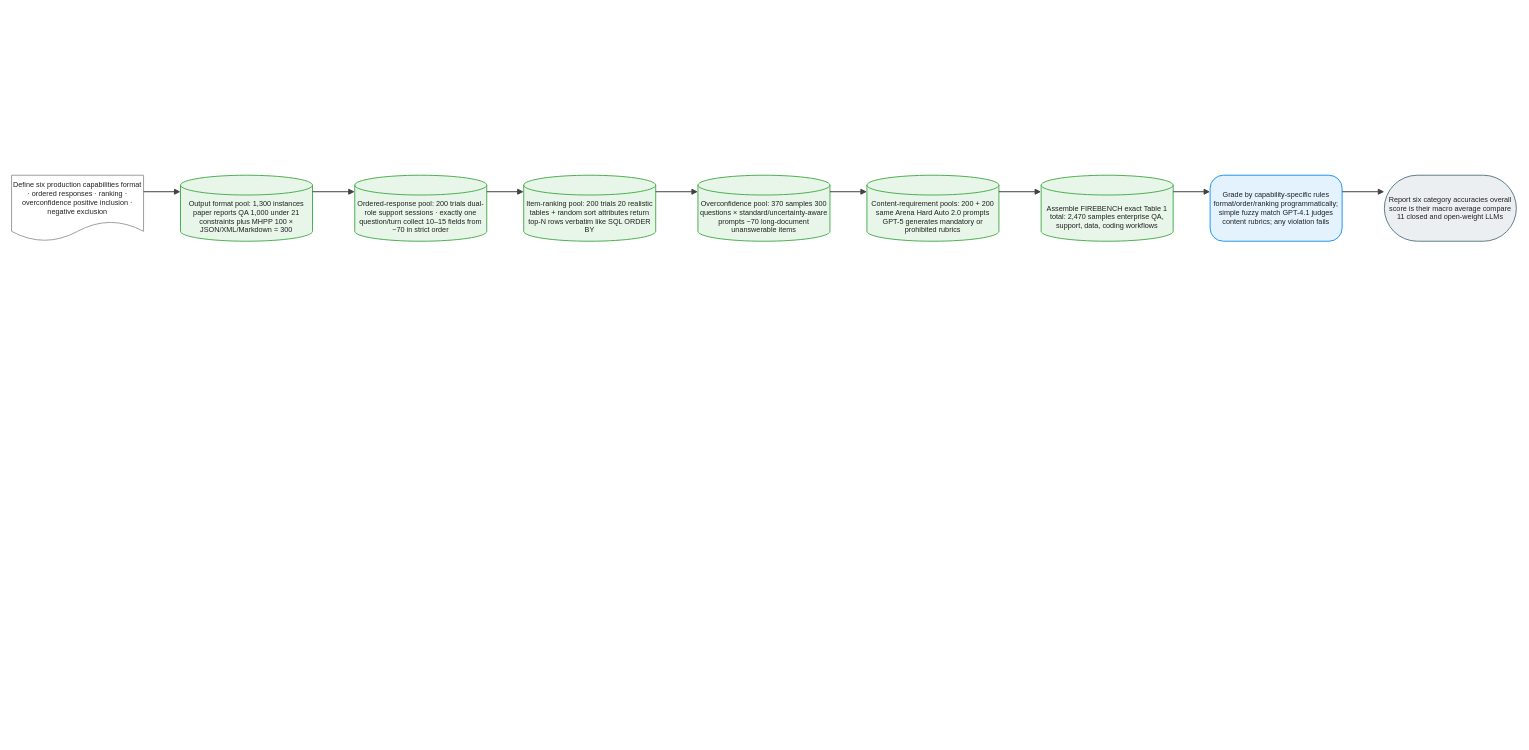
This is client/public/drawio/FIREBENCH/FIREBENCH.en.drawio from joe1chief/benchmark-hub, a draw.io file, before an edit. Source tidied: cells renumbered, new cells numbered last; positions are measured from the earlier drawing's top-left corner, leaving out a move shared by most shapes. Both pictures are drawn from the tidied source at 66%, with x=0, y=0 at pixel (11, 175).
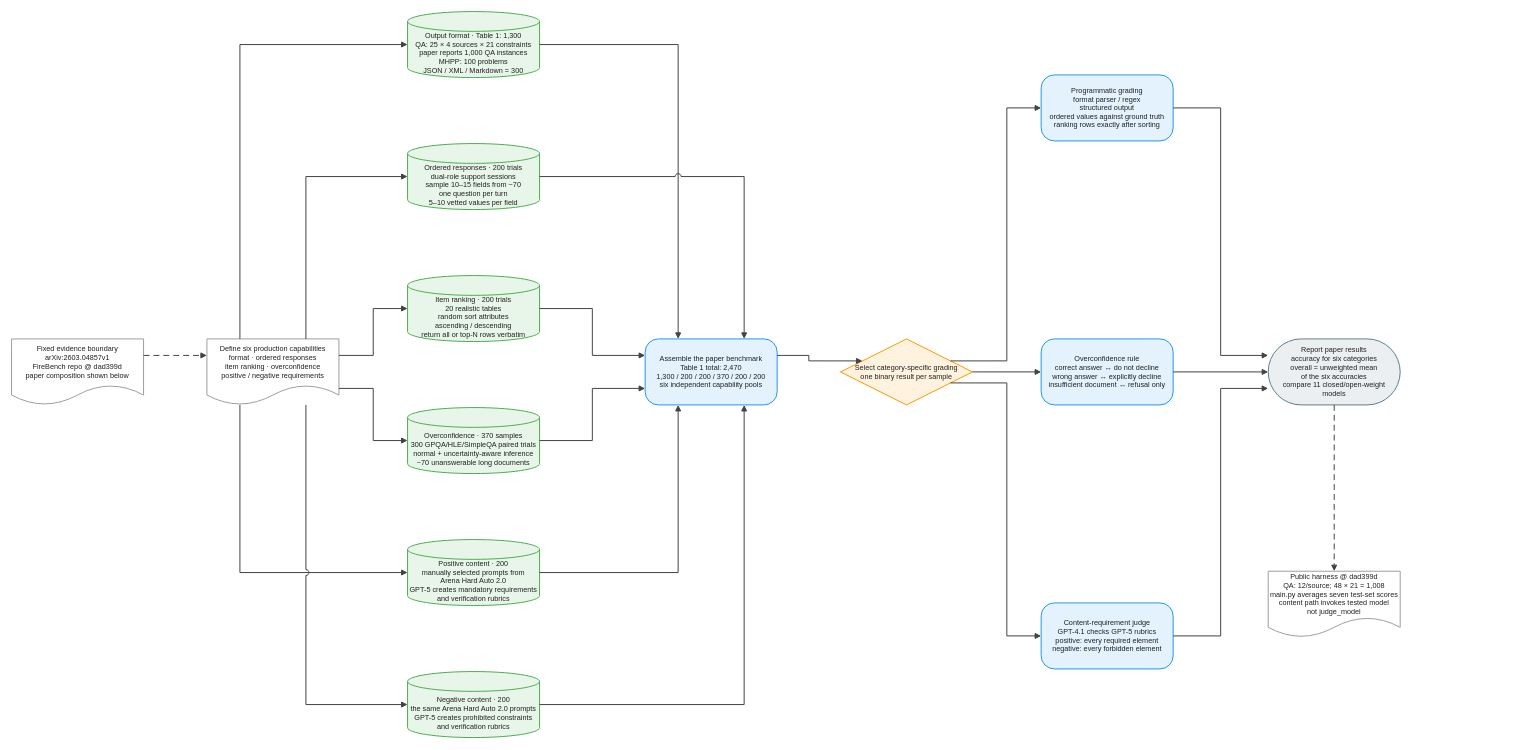
The same page after the edit.

What changed in the source:
```diff
@@
-    <mxCell id="2" value="Define six production capabilities format · ordered responses · ranking · overconfidence positive inclusion · negative exclusion" style="shape=document;boundedLbl=1;html=1;whiteSpace=wrap;fillColor=#FFFFFF;strokeColor=#9E9E9E;strokeWidth=1.5;fontColor=#212121;fontSize=11;fontFamily=Arial, Helvetica, sans-serif;verticalAlign=middle;align=center;" parent="1" vertex="1">
-      <mxGeometry width="200" height="100" as="geometry" />
+    <mxCell id="2" value="Fixed evidence boundary&#10;arXiv:2603.04857v1&#10;FireBench repo @ dad399d&#10;paper composition shown below" style="shape=document;boundedLbl=1;html=0;convertToSvg=1;whiteSpace=wrap;fillColor=#FFFFFF;strokeColor=#9E9E9E;strokeWidth=1.5;fontColor=#212121;fontSize=11;fontFamily=Arial, Helvetica, sans-serif;verticalAlign=middle;align=center;" parent="1" vertex="1">
+      <mxGeometry y="248" width="200" height="100" as="geometry" />
     </mxCell>
-    <mxCell id="3" value="Output format pool: 1,300 instances paper reports QA 1,000 under 21 constraints plus MHPP 100 × JSON/XML/Markdown = 300" style="shape=cylinder3;boundedLbl=1;backgroundOutline=1;size=15;html=1;whiteSpace=wrap;fillColor=#E8F5E9;strokeColor=#4CAF50;strokeWidth=1.5;fontColor=#212121;fontSize=11;fontFamily=Arial, Helvetica, sans-serif;verticalAlign=middle;align=center;" parent="1" vertex="1">
-      <mxGeometry x="256" width="200" height="100" as="geometry" />
+    <mxCell id="3" value="Define six production capabilities&#10;format · ordered responses&#10;item ranking · overconfidence&#10;positive / negative requirements" style="shape=document;boundedLbl=1;html=0;convertToSvg=1;whiteSpace=wrap;fillColor=#FFFFFF;strokeColor=#9E9E9E;strokeWidth=1.5;fontColor=#212121;fontSize=11;fontFamily=Arial, Helvetica, sans-serif;verticalAlign=middle;align=center;" parent="1" vertex="1">
+      <mxGeometry x="296" y="248" width="200" height="100" as="geometry" />
     </mxCell>
-    <mxCell id="4" value="Ordered-response pool: 200 trials dual-role support sessions · exactly one question/turn collect 10–15 fields from ~70 in strict order" style="shape=cylinder3;boundedLbl=1;backgroundOutline=1;size=15;html=1;whiteSpace=wrap;fillColor=#E8F5E9;strokeColor=#4CAF50;strokeWidth=1.5;fontColor=#212121;fontSize=11;fontFamily=Arial, Helvetica, sans-serif;verticalAlign=middle;align=center;" parent="1" vertex="1">
-      <mxGeometry x="520" width="200" height="100" as="geometry" />
+    <mxCell id="4" value="Output format · Table 1: 1,300&#10;QA: 25 × 4 sources × 21 constraints&#10;paper reports 1,000 QA instances&#10;MHPP: 100 problems&#10;JSON / XML / Markdown = 300" style="shape=cylinder3;boundedLbl=1;backgroundOutline=1;size=15;html=0;convertToSvg=1;whiteSpace=wrap;fillColor=#E8F5E9;strokeColor=#4CAF50;strokeWidth=1.5;fontColor=#212121;fontSize=11;fontFamily=Arial, Helvetica, sans-serif;verticalAlign=middle;align=center;" parent="1" vertex="1">
+      <mxGeometry x="600" y="-248" width="200" height="100" as="geometry" />
     </mxCell>
-    <mxCell id="5" value="Item-ranking pool: 200 trials 20 realistic tables + random sort attributes return top-N rows verbatim like SQL ORDER BY" style="shape=cylinder3;boundedLbl=1;backgroundOutline=1;size=15;html=1;whiteSpace=wrap;fillColor=#E8F5E9;strokeColor=#4CAF50;strokeWidth=1.5;fontColor=#212121;fontSize=11;fontFamily=Arial, Helvetica, sans-serif;verticalAlign=middle;align=center;" parent="1" vertex="1">
-      <mxGeometry x="776" width="200" height="100" as="geometry" />
+    <mxCell id="5" value="Ordered responses · 200 trials&#10;dual-role support sessions&#10;sample 10–15 fields from ~70&#10;one question per turn&#10;5–10 vetted values per field" style="shape=cylinder3;boundedLbl=1;backgroundOutline=1;size=15;html=0;convertToSvg=1;whiteSpace=wrap;fillColor=#E8F5E9;strokeColor=#4CAF50;strokeWidth=1.5;fontColor=#212121;fontSize=11;fontFamily=Arial, Helvetica, sans-serif;verticalAlign=middle;align=center;" parent="1" vertex="1">
+      <mxGeometry x="600" y="-48" width="200" height="100" as="geometry" />
     </mxCell>
-    <mxCell id="6" value="Overconfidence pool: 370 samples 300 questions × standard/uncertainty-aware prompts ~70 long-document unanswerable items" style="shape=cylinder3;boundedLbl=1;backgroundOutline=1;size=15;html=1;whiteSpace=wrap;fillColor=#E8F5E9;strokeColor=#4CAF50;strokeWidth=1.5;fontColor=#212121;fontSize=11;fontFamily=Arial, Helvetica, sans-serif;verticalAlign=middle;align=center;" parent="1" vertex="1">
-      <mxGeometry x="1040" width="200" height="100" as="geometry" />
+    <mxCell id="6" value="Item ranking · 200 trials&#10;20 realistic tables&#10;random sort attributes&#10;ascending / descending&#10;return all or top-N rows verbatim" style="shape=cylinder3;boundedLbl=1;backgroundOutline=1;size=15;html=0;convertToSvg=1;whiteSpace=wrap;fillColor=#E8F5E9;strokeColor=#4CAF50;strokeWidth=1.5;fontColor=#212121;fontSize=11;fontFamily=Arial, Helvetica, sans-serif;verticalAlign=middle;align=center;" parent="1" vertex="1">
+      <mxGeometry x="600" y="152" width="200" height="100" as="geometry" />
     </mxCell>
-    <mxCell id="7" value="Content-requirement pools: 200 + 200 same Arena Hard Auto 2.0 prompts GPT-5 generates mandatory or prohibited rubrics" style="shape=cylinder3;boundedLbl=1;backgroundOutline=1;size=15;html=1;whiteSpace=wrap;fillColor=#E8F5E9;strokeColor=#4CAF50;strokeWidth=1.5;fontColor=#212121;fontSize=11;fontFamily=Arial, Helvetica, sans-serif;verticalAlign=middle;align=center;" parent="1" vertex="1">
-      <mxGeometry x="1296" width="200" height="100" as="geometry" />
+    <mxCell id="7" value="Overconfidence · 370 samples&#10;300 GPQA/HLE/SimpleQA paired trials&#10;normal + uncertainty-aware inference&#10;~70 unanswerable long documents" style="shape=cylinder3;boundedLbl=1;backgroundOutline=1;size=15;html=0;convertToSvg=1;whiteSpace=wrap;fillColor=#E8F5E9;strokeColor=#4CAF50;strokeWidth=1.5;fontColor=#212121;fontSize=11;fontFamily=Arial, Helvetica, sans-serif;verticalAlign=middle;align=center;" parent="1" vertex="1">
+      <mxGeometry x="600" y="352" width="200" height="100" as="geometry" />
     </mxCell>
-    <mxCell id="8" value="Assemble FIREBENCH exact Table 1 total: 2,470 samples enterprise QA, support, data, coding workflows" style="shape=cylinder3;boundedLbl=1;backgroundOutline=1;size=15;html=1;whiteSpace=wrap;fillColor=#E8F5E9;strokeColor=#4CAF50;strokeWidth=1.5;fontColor=#212121;fontSize=11;fontFamily=Arial, Helvetica, sans-serif;verticalAlign=middle;align=center;" parent="1" vertex="1">
-      <mxGeometry x="1560" width="200" height="100" as="geometry" />
+    <mxCell id="8" value="Positive content · 200&#10;manually selected prompts from&#10;Arena Hard Auto 2.0&#10;GPT-5 creates mandatory requirements&#10;and verification rubrics" style="shape=cylinder3;boundedLbl=1;backgroundOutline=1;size=15;html=0;convertToSvg=1;whiteSpace=wrap;fillColor=#E8F5E9;strokeColor=#4CAF50;strokeWidth=1.5;fontColor=#212121;fontSize=11;fontFamily=Arial, Helvetica, sans-serif;verticalAlign=middle;align=center;" parent="1" vertex="1">
+      <mxGeometry x="600" y="552" width="200" height="100" as="geometry" />
     </mxCell>
-    <mxCell id="9" value="Grade by capability-specific rules format/order/ranking programmatically; simple fuzzy match GPT-4.1 judges content rubrics; any violation fails" style="rounded=1;arcSize=20;html=1;whiteSpace=wrap;fillColor=#E3F2FD;strokeColor=#2196F3;strokeWidth=1.5;fontColor=#212121;fontSize=11;fontFamily=Arial, Helvetica, sans-serif;verticalAlign=middle;align=center;" parent="1" vertex="1">
-      <mxGeometry x="1816" width="200" height="100" as="geometry" />
+    <mxCell id="9" value="Negative content · 200&#10;the same Arena Hard Auto 2.0 prompts&#10;GPT-5 creates prohibited constraints&#10;and verification rubrics" style="shape=cylinder3;boundedLbl=1;backgroundOutline=1;size=15;html=0;convertToSvg=1;whiteSpace=wrap;fillColor=#E8F5E9;strokeColor=#4CAF50;strokeWidth=1.5;fontColor=#212121;fontSize=11;fontFamily=Arial, Helvetica, sans-serif;verticalAlign=middle;align=center;" parent="1" vertex="1">
+      <mxGeometry x="600" y="752" width="200" height="100" as="geometry" />
     </mxCell>
-    <mxCell id="10" value="Report six category accuracies overall score is their macro average compare 11 closed and open-weight LLMs" style="rounded=1;arcSize=50;html=1;whiteSpace=wrap;fillColor=#ECEFF1;strokeColor=#607D8B;strokeWidth=1.5;fontColor=#212121;fontSize=11;fontFamily=Arial, Helvetica, sans-serif;verticalAlign=middle;align=center;" parent="1" vertex="1">
-      <mxGeometry x="2080" width="200" height="100" as="geometry" />
+    <mxCell id="10" value="Assemble the paper benchmark&#10;Table 1 total: 2,470&#10;1,300 / 200 / 200 / 370 / 200 / 200&#10;six independent capability pools" style="rounded=1;arcSize=20;html=0;convertToSvg=1;whiteSpace=wrap;fillColor=#E3F2FD;strokeColor=#2196F3;strokeWidth=1.5;fontColor=#212121;fontSize=11;fontFamily=Arial, Helvetica, sans-serif;verticalAlign=middle;align=center;" parent="1" vertex="1">
+      <mxGeometry x="960" y="248" width="200" height="100" as="geometry" />
     </mxCell>
-    <mxCell id="11" style="edgeStyle=orthogonalEdgeStyle;rounded=0;jettySize=auto;html=1;strokeColor=#424242;strokeWidth=1.5;endArrow=block;endFill=1;exitX=1;exitY=0.25;exitDx=0;exitDy=0;entryX=0;entryY=0.25;entryDx=0;entryDy=0;jumpStyle=arc;jumpSize=8;" parent="1" edge="1" source="2" target="3">
-      <mxGeometry relative="1" as="geometry" />
+    <mxCell id="11" value="Select category-specific grading&#10;one binary result per sample" style="rhombus;html=0;convertToSvg=1;whiteSpace=wrap;fillColor=#FFF3E0;strokeColor=#FF9800;strokeWidth=1.5;fontColor=#212121;fontSize=11;fontFamily=Arial, Helvetica, sans-serif;verticalAlign=middle;align=center;" parent="1" vertex="1">
+      <mxGeometry x="1256" y="248" width="200" height="100" as="geometry" />
     </mxCell>
-    <mxCell id="12" style="edgeStyle=orthogonalEdgeStyle;rounded=0;jettySize=auto;html=1;strokeColor=#424242;strokeWidth=1.5;endArrow=block;endFill=1;exitX=1;exitY=0.25;exitDx=0;exitDy=0;entryX=0;entryY=0.25;entryDx=0;entryDy=0;jumpStyle=arc;jumpSize=8;" parent="1" edge="1" source="3" target="4">
-      <mxGeometry relative="1" as="geometry" />
+    <mxCell id="12" value="Programmatic grading&#10;format parser / regex&#10;structured output&#10;ordered values against ground truth&#10;ranking rows exactly after sorting" style="rounded=1;arcSize=20;html=0;convertToSvg=1;whiteSpace=wrap;fillColor=#E3F2FD;strokeColor=#2196F3;strokeWidth=1.5;fontColor=#212121;fontSize=11;fontFamily=Arial, Helvetica, sans-serif;verticalAlign=middle;align=center;" parent="1" vertex="1">
+      <mxGeometry x="1560" y="-152" width="200" height="100" as="geometry" />
     </mxCell>
-    <mxCell id="13" style="edgeStyle=orthogonalEdgeStyle;rounded=0;jettySize=auto;html=1;strokeColor=#424242;strokeWidth=1.5;endArrow=block;endFill=1;exitX=1;exitY=0.25;exitDx=0;exitDy=0;entryX=0;entryY=0.25;entryDx=0;entryDy=0;jumpStyle=arc;jumpSize=8;" parent="1" edge="1" source="4" target="5">
-      <mxGeometry relative="1" as="geometry" />
+    <mxCell id="13" value="Overconfidence rule&#10;correct answer ↔ do not decline&#10;wrong answer ↔ explicitly decline&#10;insufficient document ↔ refusal only" style="rounded=1;arcSize=20;html=0;convertToSvg=1;whiteSpace=wrap;fillColor=#E3F2FD;strokeColor=#2196F3;strokeWidth=1.5;fontColor=#212121;fontSize=11;fontFamily=Arial, Helvetica, sans-serif;verticalAlign=middle;align=center;" parent="1" vertex="1">
+      <mxGeometry x="1560" y="248" width="200" height="100" as="geometry" />
     </mxCell>
-    <mxCell id="14" style="edgeStyle=orthogonalEdgeStyle;rounded=0;jettySize=auto;html=1;strokeColor=#424242;strokeWidth=1.5;endArrow=block;endFill=1;exitX=1;exitY=0.25;exitDx=0;exitDy=0;entryX=0;entryY=0.25;entryDx=0;entryDy=0;jumpStyle=arc;jumpSize=8;" parent="1" edge="1" source="5" target="6">
-      <mxGeometry relative="1" as="geometry" />
+    <mxCell id="14" value="Content-requirement judge&#10;GPT-4.1 checks GPT-5 rubrics&#10;positive: every required element&#10;negative: every forbidden element" style="rounded=1;arcSize=20;html=0;convertToSvg=1;whiteSpace=wrap;fillColor=#E3F2FD;strokeColor=#2196F3;strokeWidth=1.5;fontColor=#212121;fontSize=11;fontFamily=Arial, Helvetica, sans-serif;verticalAlign=middle;align=center;" parent="1" vertex="1">
+      <mxGeometry x="1560" y="648" width="200" height="100" as="geometry" />
     </mxCell>
-    <mxCell id="15" style="edgeStyle=orthogonalEdgeStyle;rounded=0;jettySize=auto;html=1;strokeColor=#424242;strokeWidth=1.5;endArrow=block;endFill=1;exitX=1;exitY=0.25;exitDx=0;exitDy=0;entryX=0;entryY=0.25;entryDx=0;entryDy=0;jumpStyle=arc;jumpSize=8;" parent="1" edge="1" source="6" target="7">
-      <mxGeometry relative="1" as="geometry" />
+    <mxCell id="15" value="Report paper results&#10;accuracy for six categories&#10;overall = unweighted mean&#10;of the six accuracies&#10;compare 11 closed/open-weight&#10;models" style="rounded=1;arcSize=50;html=0;convertToSvg=1;whiteSpace=wrap;fillColor=#ECEFF1;strokeColor=#607D8B;strokeWidth=1.5;fontColor=#212121;fontSize=11;fontFamily=Arial, Helvetica, sans-serif;verticalAlign=middle;align=center;" parent="1" vertex="1">
+      <mxGeometry x="1904" y="248" width="200" height="100" as="geometry" />
     </mxCell>
-    <mxCell id="16" style="edgeStyle=orthogonalEdgeStyle;rounded=0;jettySize=auto;html=1;strokeColor=#424242;strokeWidth=1.5;endArrow=block;endFill=1;exitX=1;exitY=0.25;exitDx=0;exitDy=0;entryX=0;entryY=0.25;entryDx=0;entryDy=0;jumpStyle=arc;jumpSize=8;" parent="1" edge="1" source="7" target="8">
-      <mxGeometry relative="1" as="geometry" />
+    <mxCell id="16" value="Public harness @ dad399d&#10;QA: 12/source; 48 × 21 = 1,008&#10;main.py averages seven test-set scores&#10;content path invokes tested model&#10;not judge_model" style="shape=document;boundedLbl=1;html=0;convertToSvg=1;whiteSpace=wrap;fillColor=#FFFFFF;strokeColor=#9E9E9E;strokeWidth=1.5;fontColor=#212121;fontSize=11;fontFamily=Arial, Helvetica, sans-serif;verticalAlign=middle;align=center;" parent="1" vertex="1">
+      <mxGeometry x="1904" y="600" width="200" height="100" as="geometry" />
     </mxCell>
-    <mxCell id="17" style="edgeStyle=orthogonalEdgeStyle;rounded=0;jettySize=auto;html=1;strokeColor=#424242;strokeWidth=1.5;endArrow=block;endFill=1;exitX=1;exitY=0.25;exitDx=0;exitDy=0;entryX=0;entryY=0.25;entryDx=0;entryDy=0;jumpStyle=arc;jumpSize=8;" parent="1" edge="1" source="8" target="9">
+    <mxCell id="17" style="edgeStyle=orthogonalEdgeStyle;rounded=0;jettySize=auto;html=0;convertToSvg=1;strokeColor=#424242;strokeWidth=1.5;endArrow=block;endFill=1;exitX=1;exitY=0.25;exitDx=0;exitDy=0;entryX=0;entryY=0.25;entryDx=0;entryDy=0;dashed=1;dashPattern=6 4;jumpStyle=arc;jumpSize=8;" parent="1" edge="1" source="2" target="3">
       <mxGeometry relative="1" as="geometry" />
     </mxCell>
-    <mxCell id="18" style="edgeStyle=orthogonalEdgeStyle;rounded=0;jettySize=auto;html=1;strokeColor=#424242;strokeWidth=1.5;endArrow=block;endFill=1;exitX=1;exitY=0.25;exitDx=0;exitDy=0;entryX=0;entryY=0.25;entryDx=0;entryDy=0;jumpStyle=arc;jumpSize=8;" parent="1" edge="1" source="9" target="10">
+    <mxCell id="18" style="edgeStyle=orthogonalEdgeStyle;rounded=0;jettySize=auto;html=0;convertToSvg=1;strokeColor=#424242;strokeWidth=1.5;endArrow=block;endFill=1;exitX=0.25;exitY=0;exitDx=0;exitDy=0;entryX=0;entryY=0.5;entryDx=0;entryDy=0;jumpStyle=arc;jumpSize=8;" parent="1" edge="1" source="3" target="4">
       <mxGeometry relative="1" as="geometry" />
     </mxCell>
+    <mxCell id="19" style="edgeStyle=orthogonalEdgeStyle;rounded=0;jettySize=auto;html=0;convertToSvg=1;strokeColor=#424242;strokeWidth=1.5;endArrow=block;endFill=1;exitX=0.75;exitY=0;exitDx=0;exitDy=0;entryX=0;entryY=0.5;entryDx=0;entryDy=0;jumpStyle=arc;jumpSize=8;" parent="1" edge="1" source="3" target="5">
+      <mxGeometry relative="1" as="geometry" />
+    </mxCell>
+    <mxCell id="20" style="edgeStyle=orthogonalEdgeStyle;rounded=0;jettySize=auto;html=0;convertToSvg=1;strokeColor=#424242;strokeWidth=1.5;endArrow=block;endFill=1;exitX=1;exitY=0.25;exitDx=0;exitDy=0;entryX=0;entryY=0.5;entryDx=0;entryDy=0;jumpStyle=arc;jumpSize=8;" parent="1" edge="1" source="3" target="6">
+      <mxGeometry relative="1" as="geometry" />
+    </mxCell>
+    <mxCell id="21" style="edgeStyle=orthogonalEdgeStyle;rounded=0;jettySize=auto;html=0;convertToSvg=1;strokeColor=#424242;strokeWidth=1.5;endArrow=block;endFill=1;exitX=1;exitY=0.75;exitDx=0;exitDy=0;entryX=0;entryY=0.5;entryDx=0;entryDy=0;jumpStyle=arc;jumpSize=8;" parent="1" edge="1" source="3" target="7">
+      <mxGeometry relative="1" as="geometry" />
+    </mxCell>
+    <mxCell id="22" style="edgeStyle=orthogonalEdgeStyle;rounded=0;jettySize=auto;html=0;convertToSvg=1;strokeColor=#424242;strokeWidth=1.5;endArrow=block;endFill=1;exitX=0.25;exitY=1;exitDx=0;exitDy=0;entryX=0;entryY=0.5;entryDx=0;entryDy=0;jumpStyle=arc;jumpSize=8;" parent="1" edge="1" source="3" target="8">
+      <mxGeometry relative="1" as="geometry" />
+    </mxCell>
+    <mxCell id="23" style="edgeStyle=orthogonalEdgeStyle;rounded=0;jettySize=auto;html=0;convertToSvg=1;strokeColor=#424242;strokeWidth=1.5;endArrow=block;endFill=1;exitX=0.75;exitY=1;exitDx=0;exitDy=0;entryX=0;entryY=0.5;entryDx=0;entryDy=0;jumpStyle=arc;jumpSize=8;" parent="1" edge="1" source="3" target="9">
+      <mxGeometry relative="1" as="geometry" />
+    </mxCell>
+    <mxCell id="24" style="edgeStyle=orthogonalEdgeStyle;rounded=0;jettySize=auto;html=0;convertToSvg=1;strokeColor=#424242;strokeWidth=1.5;endArrow=block;endFill=1;exitX=1;exitY=0.5;exitDx=0;exitDy=0;entryX=0.25;entryY=0;entryDx=0;entryDy=0;jumpStyle=arc;jumpSize=8;" parent="1" edge="1" source="4" target="10">
+      <mxGeometry relative="1" as="geometry" />
+    </mxCell>
+    <mxCell id="25" style="edgeStyle=orthogonalEdgeStyle;rounded=0;jettySize=auto;html=0;convertToSvg=1;strokeColor=#424242;strokeWidth=1.5;endArrow=block;endFill=1;exitX=1;exitY=0.5;exitDx=0;exitDy=0;entryX=0.75;entryY=0;entryDx=0;entryDy=0;jumpStyle=arc;jumpSize=8;" parent="1" edge="1" source="5" target="10">
+      <mxGeometry relative="1" as="geometry" />
+    </mxCell>
+    <mxCell id="26" style="edgeStyle=orthogonalEdgeStyle;rounded=0;jettySize=auto;html=0;convertToSvg=1;strokeColor=#424242;strokeWidth=1.5;endArrow=block;endFill=1;exitX=1;exitY=0.5;exitDx=0;exitDy=0;entryX=0;entryY=0.25;entryDx=0;entryDy=0;jumpStyle=arc;jumpSize=8;" parent="1" edge="1" source="6" target="10">
+      <mxGeometry relative="1" as="geometry" />
+    </mxCell>
+    <mxCell id="27" style="edgeStyle=orthogonalEdgeStyle;rounded=0;jettySize=auto;html=0;convertToSvg=1;strokeColor=#424242;strokeWidth=1.5;endArrow=block;endFill=1;exitX=1;exitY=0.5;exitDx=0;exitDy=0;entryX=0;entryY=0.75;entryDx=0;entryDy=0;jumpStyle=arc;jumpSize=8;" parent="1" edge="1" source="7" target="10">
+      <mxGeometry relative="1" as="geometry" />
+    </mxCell>
+    <mxCell id="28" style="edgeStyle=orthogonalEdgeStyle;rounded=0;jettySize=auto;html=0;convertToSvg=1;strokeColor=#424242;strokeWidth=1.5;endArrow=block;endFill=1;exitX=1;exitY=0.5;exitDx=0;exitDy=0;entryX=0.25;entryY=1;entryDx=0;entryDy=0;jumpStyle=arc;jumpSize=8;" parent="1" edge="1" source="8" target="10">
+      <mxGeometry relative="1" as="geometry" />
+    </mxCell>
+    <mxCell id="29" style="edgeStyle=orthogonalEdgeStyle;rounded=0;jettySize=auto;html=0;convertToSvg=1;strokeColor=#424242;strokeWidth=1.5;endArrow=block;endFill=1;exitX=1;exitY=0.5;exitDx=0;exitDy=0;entryX=0.75;entryY=1;entryDx=0;entryDy=0;jumpStyle=arc;jumpSize=8;" parent="1" edge="1" source="9" target="10">
+      <mxGeometry relative="1" as="geometry" />
+    </mxCell>
+    <mxCell id="30" style="edgeStyle=orthogonalEdgeStyle;rounded=0;jettySize=auto;html=0;convertToSvg=1;strokeColor=#424242;strokeWidth=1.5;endArrow=block;endFill=1;exitX=1;exitY=0.25;exitDx=0;exitDy=0;entryX=0;entryY=0.25;entryDx=0;entryDy=0;jumpStyle=arc;jumpSize=8;" parent="1" edge="1" source="10" target="11">
+      <mxGeometry relative="1" as="geometry" />
+    </mxCell>
+    <mxCell id="31" style="edgeStyle=orthogonalEdgeStyle;rounded=0;jettySize=auto;html=0;convertToSvg=1;strokeColor=#424242;strokeWidth=1.5;endArrow=block;endFill=1;exitX=1;exitY=0.25;exitDx=0;exitDy=0;entryX=0;entryY=0.5;entryDx=0;entryDy=0;jumpStyle=arc;jumpSize=8;" parent="1" edge="1" source="11" target="12">
+      <mxGeometry relative="1" as="geometry" />
+    </mxCell>
+    <mxCell id="32" style="edgeStyle=orthogonalEdgeStyle;rounded=0;jettySize=auto;html=0;convertToSvg=1;strokeColor=#424242;strokeWidth=1.5;endArrow=block;endFill=1;exitX=1;exitY=0.5;exitDx=0;exitDy=0;entryX=0;entryY=0.5;entryDx=0;entryDy=0;jumpStyle=arc;jumpSize=8;" parent="1" edge="1" source="11" target="13">
+      <mxGeometry relative="1" as="geometry" />
+    </mxCell>
+    <mxCell id="33" style="edgeStyle=orthogonalEdgeStyle;rounded=0;jettySize=auto;html=0;convertToSvg=1;strokeColor=#424242;strokeWidth=1.5;endArrow=block;endFill=1;exitX=1;exitY=0.75;exitDx=0;exitDy=0;entryX=0;entryY=0.5;entryDx=0;entryDy=0;jumpStyle=arc;jumpSize=8;" parent="1" edge="1" source="11" target="14">
+      <mxGeometry relative="1" as="geometry" />
+    </mxCell>
+    <mxCell id="34" style="edgeStyle=orthogonalEdgeStyle;rounded=0;jettySize=auto;html=0;convertToSvg=1;strokeColor=#424242;strokeWidth=1.5;endArrow=block;endFill=1;exitX=1;exitY=0.5;exitDx=0;exitDy=0;entryX=0;entryY=0.25;entryDx=0;entryDy=0;jumpStyle=arc;jumpSize=8;" parent="1" edge="1" source="12" target="15">
+      <mxGeometry relative="1" as="geometry" />
+    </mxCell>
+    <mxCell id="35" style="edgeStyle=orthogonalEdgeStyle;rounded=0;jettySize=auto;html=0;convertToSvg=1;strokeColor=#424242;strokeWidth=1.5;endArrow=block;endFill=1;exitX=1;exitY=0.5;exitDx=0;exitDy=0;entryX=0;entryY=0.5;entryDx=0;entryDy=0;jumpStyle=arc;jumpSize=8;" parent="1" edge="1" source="13" target="15">
+      <mxGeometry relative="1" as="geometry" />
+    </mxCell>
+    <mxCell id="36" style="edgeStyle=orthogonalEdgeStyle;rounded=0;jettySize=auto;html=0;convertToSvg=1;strokeColor=#424242;strokeWidth=1.5;endArrow=block;endFill=1;exitX=1;exitY=0.5;exitDx=0;exitDy=0;entryX=0;entryY=0.75;entryDx=0;entryDy=0;jumpStyle=arc;jumpSize=8;" parent="1" edge="1" source="14" target="15">
+      <mxGeometry relative="1" as="geometry" />
+    </mxCell>
+    <mxCell id="37" style="edgeStyle=orthogonalEdgeStyle;rounded=0;jettySize=auto;html=0;convertToSvg=1;strokeColor=#424242;strokeWidth=1.5;endArrow=block;endFill=1;exitX=0.5;exitY=1;exitDx=0;exitDy=0;entryX=0.5;entryY=0;entryDx=0;entryDy=0;dashed=1;dashPattern=6 4;jumpStyle=arc;jumpSize=8;" parent="1" edge="1" source="15" target="16">
+      <mxGeometry relative="1" as="geometry" />
+    </mxCell>
```
